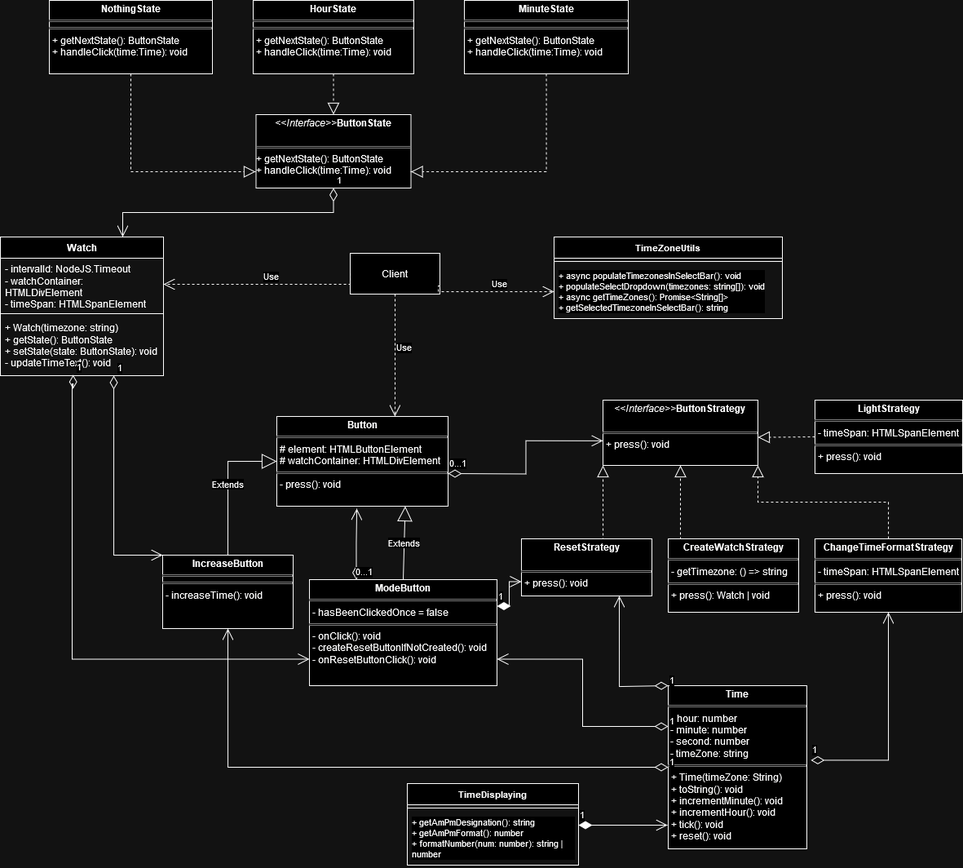
stephane-nguyen/template-ts keeps this draw.io diagram as UML_GE_Healthcare.drawio.png. Above is the earlier version. Source tidied: cells renumbered, new cells last; positions are measured from the earlier drawing's top-left corner, leaving out a move shared by most shapes.
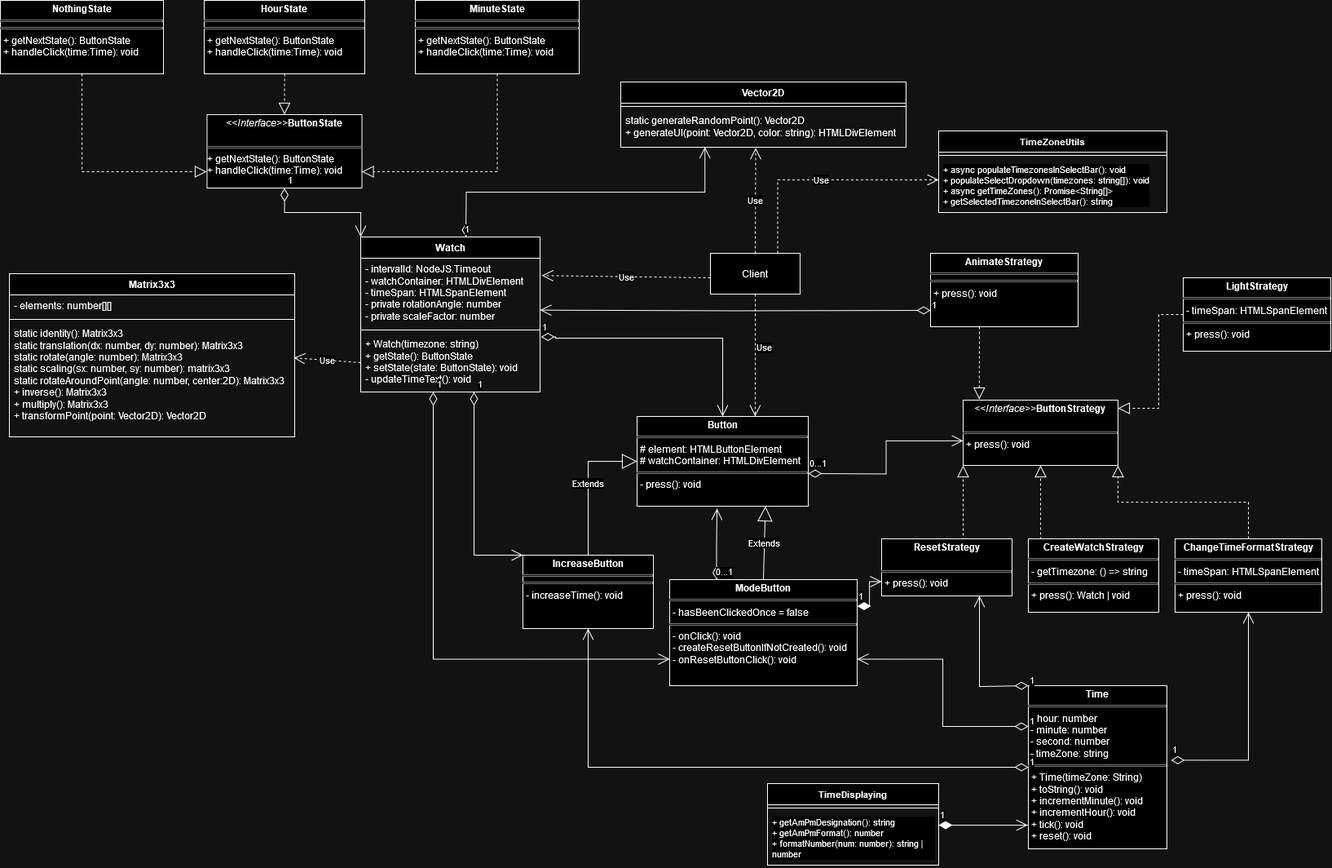
After the change.

What changed in the source:
```diff
@@ -8,3 +8,3 @@
     <mxCell id="3" value="&lt;p style=&quot;margin:0px;margin-top:4px;text-align:center;&quot;&gt;&lt;b&gt;LightStrategy&lt;/b&gt;&lt;/p&gt;&lt;hr size=&quot;1&quot; style=&quot;border-style:solid;&quot;&gt;&lt;p style=&quot;margin:0px;margin-left:4px;&quot;&gt;- timeSpan: HTMLSpanElement&lt;/p&gt;&lt;hr size=&quot;1&quot; style=&quot;border-style:solid;&quot;&gt;&lt;p style=&quot;margin:0px;margin-left:4px;&quot;&gt;+ press(): void&lt;/p&gt;" style="verticalAlign=top;align=left;overflow=fill;html=1;whiteSpace=wrap;" parent="1" vertex="1">
-      <mxGeometry x="999" y="490" width="181" height="90" as="geometry" />
+      <mxGeometry x="1009" y="340" width="181" height="90" as="geometry" />
     </mxCell>
@@ -16,4 +16,10 @@
     </mxCell>
-    <mxCell id="6" style="endArrow=block;dashed=1;endFill=0;endSize=12;html=1;rounded=0;entryX=1;entryY=0.57;entryDx=0;entryDy=0;exitX=0;exitY=0.5;exitDx=0;exitDy=0;entryPerimeter=0;" parent="1" edge="1" source="3" target="2">
-      <mxGeometry relative="1" as="geometry" />
+    <mxCell id="6" style="endArrow=block;dashed=1;endFill=0;endSize=12;html=1;rounded=0;exitX=0;exitY=0.5;exitDx=0;exitDy=0;edgeStyle=orthogonalEdgeStyle;" parent="1" edge="1" source="3">
+      <mxGeometry relative="1" as="geometry">
+        <mxPoint x="929" y="500" as="targetPoint" />
+        <Array as="points">
+          <mxPoint x="979" y="385" />
+          <mxPoint x="979" y="500" />
+        </Array>
+      </mxGeometry>
     </mxCell>
@@ -34,9 +40,9 @@
     <mxCell id="9" value="&lt;p style=&quot;margin:0px;margin-top:4px;text-align:center;&quot;&gt;&lt;b&gt;NothingState&lt;/b&gt;&lt;/p&gt;&lt;hr size=&quot;1&quot; style=&quot;border-style:solid;&quot;&gt;&lt;hr size=&quot;1&quot; style=&quot;border-style:solid;&quot;&gt;&lt;p style=&quot;margin:0px;margin-left:4px;&quot;&gt;+ getNextState(): ButtonState&lt;/p&gt;&lt;p style=&quot;margin:0px;margin-left:4px;&quot;&gt;+ handleClick(time:Time): void&lt;/p&gt;&lt;p style=&quot;margin:0px;margin-left:4px;&quot;&gt;&lt;/p&gt;" style="verticalAlign=top;align=left;overflow=fill;html=1;whiteSpace=wrap;" parent="1" vertex="1">
-      <mxGeometry x="60" width="200" height="90" as="geometry" />
+      <mxGeometry x="-442" width="200" height="90" as="geometry" />
     </mxCell>
     <mxCell id="10" value="&lt;p style=&quot;margin:0px;margin-top:4px;text-align:center;&quot;&gt;&lt;b&gt;HourState&lt;br&gt;&lt;/b&gt;&lt;/p&gt;&lt;hr size=&quot;1&quot; style=&quot;border-style:solid;&quot;&gt;&lt;hr size=&quot;1&quot; style=&quot;border-style:solid;&quot;&gt;&lt;p style=&quot;margin:0px;margin-left:4px;&quot;&gt;+ getNextState(): ButtonState&lt;/p&gt;&lt;p style=&quot;margin:0px;margin-left:4px;&quot;&gt;+ handleClick(time:Time): void&lt;/p&gt;&lt;p style=&quot;margin:0px;margin-left:4px;&quot;&gt;&lt;/p&gt;" style="verticalAlign=top;align=left;overflow=fill;html=1;whiteSpace=wrap;" parent="1" vertex="1">
-      <mxGeometry x="310" width="197" height="90" as="geometry" />
+      <mxGeometry x="-192" width="197" height="90" as="geometry" />
     </mxCell>
     <mxCell id="11" value="&lt;p style=&quot;margin:0px;margin-top:4px;text-align:center;&quot;&gt;&lt;b&gt;MinuteState&lt;/b&gt;&lt;/p&gt;&lt;hr size=&quot;1&quot; style=&quot;border-style:solid;&quot;&gt;&lt;hr size=&quot;1&quot; style=&quot;border-style:solid;&quot;&gt;&lt;p style=&quot;margin:0px;margin-left:4px;&quot;&gt;+ getNextState(): ButtonState&lt;/p&gt;&lt;p style=&quot;margin:0px;margin-left:4px;&quot;&gt;+ handleClick(time:Time): void&lt;/p&gt;&lt;p style=&quot;margin:0px;margin-left:4px;&quot;&gt;&lt;/p&gt;" style="verticalAlign=top;align=left;overflow=fill;html=1;whiteSpace=wrap;" parent="1" vertex="1">
-      <mxGeometry x="569" width="201" height="90" as="geometry" />
+      <mxGeometry x="67" width="201" height="90" as="geometry" />
     </mxCell>
@@ -84,12 +90,12 @@
     <mxCell id="24" value="Watch" style="swimlane;fontStyle=1;align=center;verticalAlign=top;horizontal=1;startSize=26;whiteSpace=wrap;html=1;" parent="1" vertex="1">
-      <mxGeometry y="290" width="200" height="170" as="geometry" />
+      <mxGeometry y="290" width="220" height="190" as="geometry" />
     </mxCell>
-    <mxCell id="25" value="&lt;div&gt;- intervalId: NodeJS.Timeout&lt;/div&gt;&lt;div&gt;- watchContainer: HTMLDivElement&lt;/div&gt;&lt;div&gt;- timeSpan: HTMLSpanElement&lt;br&gt;&lt;/div&gt;" style="text;strokeColor=none;fillColor=none;align=left;verticalAlign=top;spacingLeft=4;spacingRight=4;overflow=hidden;points=[[0,0.5],[1,0.5]];portConstraint=eastwest;whiteSpace=wrap;html=1;" parent="24" vertex="1">
-      <mxGeometry y="26" width="200" height="64" as="geometry" />
+    <mxCell id="25" value="&lt;div&gt;- intervalId: NodeJS.Timeout&lt;/div&gt;&lt;div&gt;- watchContainer: HTMLDivElement&lt;/div&gt;&lt;div&gt;- timeSpan: HTMLSpanElement&lt;/div&gt;&lt;div&gt;- private rotationAngle: number&lt;/div&gt;&lt;div&gt;- private scaleFactor: number&lt;br&gt;&lt;/div&gt;" style="text;strokeColor=none;fillColor=none;align=left;verticalAlign=top;spacingLeft=4;spacingRight=4;overflow=hidden;points=[[0,0.5],[1,0.5]];portConstraint=eastwest;whiteSpace=wrap;html=1;" parent="24" vertex="1">
+      <mxGeometry y="26" width="220" height="84" as="geometry" />
     </mxCell>
     <mxCell id="26" style="line;strokeWidth=1;fillColor=none;align=left;verticalAlign=middle;spacingTop=-1;spacingLeft=3;spacingRight=3;labelPosition=right;strokeColor=inherit;" parent="24" vertex="1">
-      <mxGeometry y="90" width="200" height="8" as="geometry" />
+      <mxGeometry y="110" width="220" height="8" as="geometry" />
     </mxCell>
     <mxCell id="27" value="&lt;div&gt;+ Watch(timezone: string)&lt;br&gt;&lt;/div&gt;&lt;div&gt;+ getState(): ButtonState&lt;br&gt;&lt;/div&gt;&lt;div&gt;+ setState(state: ButtonState): void&lt;br&gt;&lt;/div&gt;&lt;div&gt;- updateTimeText(): void&lt;br&gt;&lt;/div&gt;" style="text;strokeColor=none;fillColor=none;align=left;verticalAlign=top;spacingLeft=4;spacingRight=4;overflow=hidden;points=[[0,0.5],[1,0.5]];portConstraint=eastwest;whiteSpace=wrap;html=1;" parent="24" vertex="1">
-      <mxGeometry y="98" width="200" height="72" as="geometry" />
+      <mxGeometry y="118" width="220" height="72" as="geometry" />
     </mxCell>
@@ -113,3 +119,3 @@
     <mxCell id="31" value="TimeZoneUtils" style="swimlane;fontStyle=1;align=center;verticalAlign=top;horizontal=1;startSize=26;whiteSpace=wrap;html=1;fontFamily=Helvetica;fontSize=11;fontColor=default;labelBackgroundColor=default;" parent="1" vertex="1">
-      <mxGeometry x="679" y="290" width="280" height="100" as="geometry" />
+      <mxGeometry x="709" y="160" width="280" height="100" as="geometry" />
     </mxCell>
@@ -138,9 +144,2 @@
     </mxCell>
-    <mxCell id="38" value="Use" style="endArrow=open;endSize=12;dashed=1;html=1;rounded=0;strokeColor=default;align=left;verticalAlign=bottom;fontFamily=Helvetica;fontSize=11;fontColor=default;labelBackgroundColor=default;edgeStyle=orthogonalEdgeStyle;exitX=0;exitY=0.5;exitDx=0;exitDy=0;entryX=1;entryY=0.5;entryDx=0;entryDy=0;" parent="1" edge="1" source="28" target="25">
-      <mxGeometry relative="1" as="geometry">
-        <Array as="points">
-          <mxPoint x="429" y="348" />
-        </Array>
-      </mxGeometry>
-    </mxCell>
     <mxCell id="39" value="Use" style="endArrow=open;endSize=12;dashed=1;html=1;rounded=0;strokeColor=default;align=left;verticalAlign=bottom;fontFamily=Helvetica;fontSize=11;fontColor=default;labelBackgroundColor=default;edgeStyle=orthogonalEdgeStyle;exitX=0.5;exitY=1;exitDx=0;exitDy=0;entryX=0.69;entryY=0;entryDx=0;entryDy=0;entryPerimeter=0;" parent="1" edge="1" source="28" target="12">
@@ -148,12 +147,2 @@
     </mxCell>
-    <mxCell id="40" value="Use" style="endArrow=open;endSize=12;dashed=1;html=1;rounded=0;strokeColor=default;align=left;verticalAlign=bottom;fontFamily=Helvetica;fontSize=11;fontColor=default;labelBackgroundColor=default;edgeStyle=orthogonalEdgeStyle;entryX=0;entryY=0.5;entryDx=0;entryDy=0;" parent="1" edge="1" target="33">
-      <mxGeometry relative="1" as="geometry">
-        <mxPoint x="537" y="357" as="sourcePoint" />
-        <Array as="points">
-          <mxPoint x="537" y="350" />
-          <mxPoint x="539" y="350" />
-          <mxPoint x="539" y="357" />
-        </Array>
-      </mxGeometry>
-    </mxCell>
     <mxCell id="41" value="0...1" style="endArrow=open;html=1;endSize=12;startArrow=diamondThin;startSize=14;startFill=0;edgeStyle=orthogonalEdgeStyle;align=left;verticalAlign=bottom;rounded=0;strokeColor=default;fontFamily=Helvetica;fontSize=11;fontColor=default;labelBackgroundColor=default;entryX=0;entryY=0.623;entryDx=0;entryDy=0;entryPerimeter=0;" parent="1" edge="1" target="2">
@@ -167,3 +156,3 @@
     <mxCell id="43" value="&lt;p style=&quot;margin:0px;margin-top:4px;text-align:center;&quot;&gt;&lt;i&gt;&amp;lt;&amp;lt;Interface&amp;gt;&amp;gt;&lt;/i&gt;&lt;b&gt;ButtonState&lt;/b&gt;&lt;br&gt;&lt;/p&gt;&lt;br&gt;&lt;hr size=&quot;1&quot; style=&quot;border-style:solid;&quot;&gt;&lt;div&gt;+ getNextState(): ButtonState&lt;/div&gt;&lt;div&gt;+ handleClick(time:Time): void&lt;/div&gt;&lt;p style=&quot;margin:0px;margin-left:4px;&quot;&gt;&lt;/p&gt;" style="verticalAlign=top;align=left;overflow=fill;html=1;whiteSpace=wrap;" parent="1" vertex="1">
-      <mxGeometry x="313.5" y="140" width="190" height="90" as="geometry" />
+      <mxGeometry x="-188.5" y="140" width="190" height="90" as="geometry" />
     </mxCell>
@@ -172,3 +161,3 @@
         <Array as="points">
-          <mxPoint x="670" y="210" />
+          <mxPoint x="168" y="210" />
         </Array>
@@ -179,4 +168,4 @@
         <Array as="points">
-          <mxPoint x="409" y="100" />
-          <mxPoint x="409" y="100" />
+          <mxPoint x="-93" y="100" />
+          <mxPoint x="-93" y="100" />
         </Array>
@@ -186,6 +175,6 @@
       <mxGeometry relative="1" as="geometry">
-        <mxPoint x="313" y="210" as="targetPoint" />
+        <mxPoint x="-189" y="210" as="targetPoint" />
         <Array as="points">
-          <mxPoint x="160" y="210" />
-          <mxPoint x="313" y="210" />
+          <mxPoint x="-342" y="210" />
+          <mxPoint x="-189" y="210" />
         </Array>
@@ -193,11 +182,11 @@
     </mxCell>
-    <mxCell id="47" value="1" style="endArrow=open;html=1;endSize=12;startArrow=diamondThin;startSize=14;startFill=0;edgeStyle=orthogonalEdgeStyle;align=left;verticalAlign=bottom;rounded=0;entryX=0.75;entryY=0;entryDx=0;entryDy=0;exitX=0.5;exitY=1;exitDx=0;exitDy=0;" parent="1" edge="1" source="43" target="24">
+    <mxCell id="47" value="1" style="endArrow=open;html=1;endSize=12;startArrow=diamondThin;startSize=14;startFill=0;edgeStyle=orthogonalEdgeStyle;align=left;verticalAlign=bottom;rounded=0;entryX=0;entryY=0;entryDx=0;entryDy=0;exitX=0.5;exitY=1;exitDx=0;exitDy=0;" parent="1" edge="1" source="43" target="24">
       <mxGeometry x="-1" y="3" relative="1" as="geometry" />
     </mxCell>
-    <mxCell id="48" value="1" style="endArrow=open;html=1;endSize=12;startArrow=diamondThin;startSize=14;startFill=0;edgeStyle=orthogonalEdgeStyle;align=left;verticalAlign=bottom;rounded=0;entryX=0;entryY=0.75;entryDx=0;entryDy=0;exitX=0.446;exitY=0.988;exitDx=0;exitDy=0;exitPerimeter=0;" parent="1" edge="1" source="27" target="14">
+    <mxCell id="48" value="1" style="endArrow=open;html=1;endSize=12;startArrow=diamondThin;startSize=14;startFill=0;edgeStyle=orthogonalEdgeStyle;align=left;verticalAlign=bottom;rounded=0;entryX=0;entryY=0.75;entryDx=0;entryDy=0;" parent="1" edge="1" target="14">
       <mxGeometry x="-1" y="3" relative="1" as="geometry">
+        <mxPoint x="89" y="480" as="sourcePoint" />
         <Array as="points">
-          <mxPoint x="89" y="470" />
-          <mxPoint x="88" y="470" />
-          <mxPoint x="88" y="808" />
+          <mxPoint x="89" y="479" />
+          <mxPoint x="89" y="807" />
         </Array>
@@ -205,2 +194,69 @@
     </mxCell>
+    <mxCell id="49" value="Vector2D" style="swimlane;fontStyle=1;align=center;verticalAlign=top;horizontal=1;startSize=26;whiteSpace=wrap;html=1;" parent="1" vertex="1">
+      <mxGeometry x="319" y="100" width="350" height="80" as="geometry" />
+    </mxCell>
+    <mxCell id="50" style="line;strokeWidth=1;fillColor=none;align=left;verticalAlign=middle;spacingTop=-1;spacingLeft=3;spacingRight=3;labelPosition=right;strokeColor=inherit;" parent="49" vertex="1">
+      <mxGeometry y="26" width="350" height="8" as="geometry" />
+    </mxCell>
+    <mxCell id="51" value="&lt;div&gt;static generateRandomPoint(): Vector2D&lt;br&gt;&lt;/div&gt;&lt;div&gt;+ generateUI(point: Vector2D, color: string): HTMLDivElement&lt;/div&gt;&lt;div&gt;&lt;br&gt;&lt;/div&gt;&lt;div&gt;&lt;br&gt;&lt;/div&gt;" style="text;strokeColor=none;fillColor=none;align=left;verticalAlign=top;spacingLeft=4;spacingRight=4;overflow=hidden;points=[[0,0.5],[1,0.5]];portConstraint=eastwest;whiteSpace=wrap;html=1;" parent="49" vertex="1">
+      <mxGeometry y="34" width="350" height="46" as="geometry" />
+    </mxCell>
+    <mxCell id="52" value="Matrix3x3" style="swimlane;fontStyle=1;align=center;verticalAlign=top;horizontal=1;startSize=26;whiteSpace=wrap;html=1;" parent="1" vertex="1">
+      <mxGeometry x="-431" y="335" width="350" height="200" as="geometry" />
+    </mxCell>
+    <mxCell id="53" value="- elements: number[][]" style="text;strokeColor=none;fillColor=none;align=left;verticalAlign=top;spacingLeft=4;spacingRight=4;overflow=hidden;whiteSpace=wrap;html=1;" parent="52" vertex="1">
+      <mxGeometry y="26" width="350" height="26" as="geometry" />
+    </mxCell>
+    <mxCell id="54" style="line;strokeWidth=1;fillColor=none;align=left;verticalAlign=middle;spacingTop=-1;spacingLeft=3;spacingRight=3;labelPosition=right;strokeColor=inherit;" parent="52" vertex="1">
+      <mxGeometry y="52" width="350" height="8" as="geometry" />
+    </mxCell>
+    <mxCell id="55" value="&lt;div&gt;static identity(): Matrix3x3&lt;/div&gt;&lt;div&gt;static translation(dx: number, dy: number): Matrix3x3&lt;/div&gt;&lt;div&gt;static rotate(angle: number): Matrix3x3&lt;br&gt;&lt;/div&gt;&lt;div&gt;static scaling(sx: number, sy: number): matrix3x3&lt;/div&gt;&lt;div&gt;static rotateAroundPoint(angle: number, center:2D): Matrix3x3&lt;br&gt;&lt;/div&gt;&lt;div&gt;+ inverse(): Matrix3x3&lt;/div&gt;&lt;div&gt;+ multiply(): Matrix3x3&lt;/div&gt;&lt;div&gt;+ transformPoint(point: Vector2D): Vector2D&lt;br&gt;&lt;/div&gt;" style="text;strokeColor=none;fillColor=none;align=left;verticalAlign=top;spacingLeft=4;spacingRight=4;overflow=hidden;points=[[0,0.5],[1,0.5]];portConstraint=eastwest;whiteSpace=wrap;html=1;" parent="52" vertex="1">
+      <mxGeometry y="60" width="350" height="140" as="geometry" />
+    </mxCell>
+    <mxCell id="56" value="1" style="endArrow=open;html=1;endSize=12;startArrow=diamondThin;startSize=14;startFill=0;edgeStyle=orthogonalEdgeStyle;align=left;verticalAlign=bottom;rounded=0;entryX=0.5;entryY=0;entryDx=0;entryDy=0;exitX=1.005;exitY=0.063;exitDx=0;exitDy=0;exitPerimeter=0;" parent="1" edge="1" source="27" target="12">
+      <mxGeometry x="-1" y="3" relative="1" as="geometry">
+        <Array as="points">
+          <mxPoint x="239" y="413" />
+          <mxPoint x="239" y="414" />
+          <mxPoint x="444" y="414" />
+        </Array>
+      </mxGeometry>
+    </mxCell>
+    <mxCell id="57" value="Use" style="endArrow=open;endSize=12;dashed=1;html=1;rounded=0;entryX=0.473;entryY=1.017;entryDx=0;entryDy=0;entryPerimeter=0;exitX=0.5;exitY=0;exitDx=0;exitDy=0;" parent="1" edge="1" source="28" target="51">
+      <mxGeometry relative="1" as="geometry" />
+    </mxCell>
+    <mxCell id="58" value="1" style="endArrow=open;html=1;endSize=12;startArrow=diamondThin;startSize=14;startFill=0;edgeStyle=orthogonalEdgeStyle;align=left;verticalAlign=bottom;rounded=0;entryX=0.295;entryY=0.991;entryDx=0;entryDy=0;entryPerimeter=0;" parent="1" edge="1" target="51">
+      <mxGeometry x="-1" y="3" relative="1" as="geometry">
+        <mxPoint x="129" y="290" as="sourcePoint" />
+      </mxGeometry>
+    </mxCell>
+    <mxCell id="59" value="Use" style="endArrow=open;endSize=12;dashed=1;html=1;rounded=0;entryX=1.01;entryY=0.253;entryDx=0;entryDy=0;entryPerimeter=0;" parent="1" edge="1" target="25">
+      <mxGeometry relative="1" as="geometry">
+        <mxPoint x="429" y="340" as="sourcePoint" />
+      </mxGeometry>
+    </mxCell>
+    <mxCell id="60" value="Use" style="endArrow=open;endSize=12;dashed=1;html=1;rounded=0;exitX=0;exitY=0.5;exitDx=0;exitDy=0;entryX=0.997;entryY=0.308;entryDx=0;entryDy=0;entryPerimeter=0;" parent="1" edge="1" source="27" target="55">
+      <mxGeometry relative="1" as="geometry" />
+    </mxCell>
+    <mxCell id="61" value="&lt;p style=&quot;margin:0px;margin-top:4px;text-align:center;&quot;&gt;&lt;b&gt;AnimateStrategy&lt;/b&gt;&lt;/p&gt;&lt;hr size=&quot;1&quot; style=&quot;border-style:solid;&quot;&gt;&lt;hr size=&quot;1&quot; style=&quot;border-style:solid;&quot;&gt;&lt;p style=&quot;margin:0px;margin-left:4px;&quot;&gt;+ press(): void&lt;/p&gt;" style="verticalAlign=top;align=left;overflow=fill;html=1;whiteSpace=wrap;" parent="1" vertex="1">
+      <mxGeometry x="699" y="310" width="181" height="90" as="geometry" />
+    </mxCell>
+    <mxCell id="62" value="Use" style="endArrow=open;endSize=12;dashed=1;html=1;rounded=0;exitX=0.75;exitY=0;exitDx=0;exitDy=0;edgeStyle=orthogonalEdgeStyle;" parent="1" edge="1" source="28">
+      <mxGeometry relative="1" as="geometry">
+        <mxPoint x="709" y="220" as="targetPoint" />
+        <Array as="points">
+          <mxPoint x="511" y="220" />
+        </Array>
+      </mxGeometry>
+    </mxCell>
+    <mxCell id="63" value="1" style="endArrow=open;html=1;endSize=12;startArrow=diamondThin;startSize=14;startFill=0;edgeStyle=orthogonalEdgeStyle;align=left;verticalAlign=bottom;rounded=0;entryX=1;entryY=0.758;entryDx=0;entryDy=0;entryPerimeter=0;" parent="1" edge="1" target="25">
+      <mxGeometry x="-1" y="3" relative="1" as="geometry">
+        <mxPoint x="699" y="380" as="sourcePoint" />
+      </mxGeometry>
+    </mxCell>
+    <mxCell id="64" style="endArrow=block;dashed=1;endFill=0;endSize=12;html=1;rounded=0;entryX=0.104;entryY=-0.012;entryDx=0;entryDy=0;entryPerimeter=0;" parent="1" edge="1" target="2">
+      <mxGeometry relative="1" as="geometry">
+        <mxPoint x="759" y="400" as="sourcePoint" />
+      </mxGeometry>
+    </mxCell>
   </root>
```
